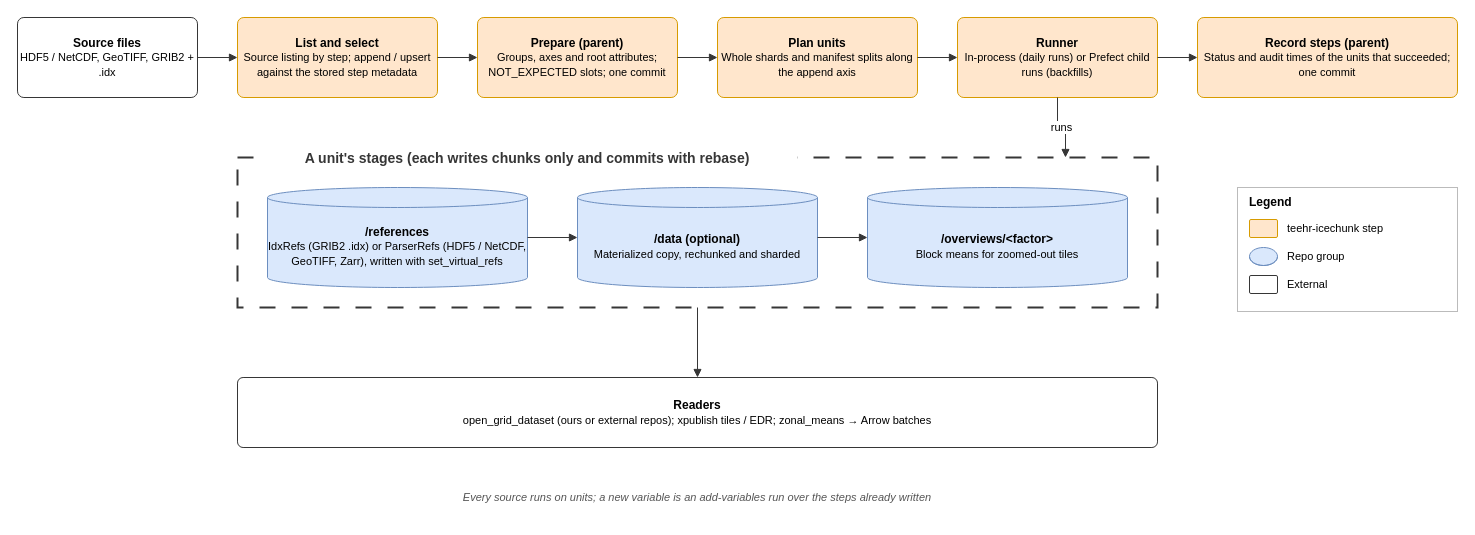
This is page "Gridded workflow" (4 of 5) of docs/diagrams/drawio/teehr-icechunk.drawio from RTIInternational/teehr-icechunk, a draw.io file, before an edit. Source tidied: cells renumbered, new cells numbered last; positions are measured from the earlier drawing's top-left corner, leaving out a move shared by most shapes. Both pictures are drawn from the tidied source at 100%, with x=0, y=0 at pixel (17, 17).
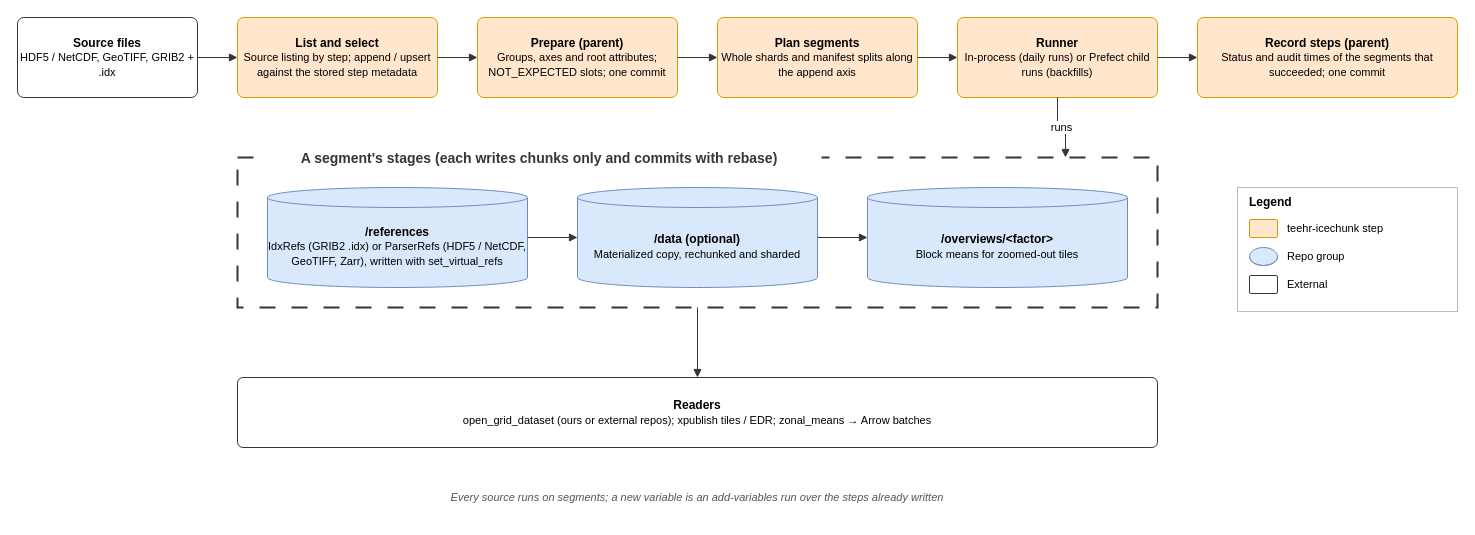
Above is the later version.

Change to the diagram source:
```diff
@@
-    <mxCell id="5" value="&lt;b&gt;Plan units&lt;/b&gt;&lt;br&gt;&lt;font style=&quot;font-size:11px&quot;&gt;Whole shards and manifest splits along the append axis&lt;/font&gt;" style="rounded=1;whiteSpace=wrap;html=1;arcSize=8;fontSize=12;fillColor=#ffe6cc;strokeColor=#d79b00;" parent="1" vertex="1">
+    <mxCell id="5" value="&lt;b&gt;Plan segments&lt;/b&gt;&lt;br&gt;&lt;font style=&quot;font-size:11px&quot;&gt;Whole shards and manifest splits along the append axis&lt;/font&gt;" style="rounded=1;whiteSpace=wrap;html=1;arcSize=8;fontSize=12;fillColor=#ffe6cc;strokeColor=#d79b00;" parent="1" vertex="1">
       <mxGeometry x="700" width="200" height="80" as="geometry" />
     </mxCell>
@@
-    <mxCell id="7" value="&lt;b&gt;Record steps (parent)&lt;/b&gt;&lt;br&gt;&lt;font style=&quot;font-size:11px&quot;&gt;Status and audit times of the units that succeeded; one commit&lt;/font&gt;" style="rounded=1;whiteSpace=wrap;html=1;arcSize=8;fontSize=12;fillColor=#ffe6cc;strokeColor=#d79b00;" parent="1" vertex="1">
+    <mxCell id="7" value="&lt;b&gt;Record steps (parent)&lt;/b&gt;&lt;br&gt;&lt;font style=&quot;font-size:11px&quot;&gt;Status and audit times of the segments that succeeded; one commit&lt;/font&gt;" style="rounded=1;whiteSpace=wrap;html=1;arcSize=8;fontSize=12;fillColor=#ffe6cc;strokeColor=#d79b00;" parent="1" vertex="1">
       <mxGeometry x="1180" width="260" height="80" as="geometry" />
     </mxCell>
@@
-    <mxCell id="14" value="A unit's stages (each writes chunks only and commits with rebase)" style="text;html=1;align=center;verticalAlign=middle;whiteSpace=wrap;rounded=0;fillColor=default;fontSize=14;fontStyle=1;fontColor=#363636;" parent="1" vertex="1">
-      <mxGeometry x="240" y="126" width="540" height="30" as="geometry" />
-    </mxCell>
+    <mxCell id="32" value="A segment's stages (each writes chunks only and commits with rebase)" style="text;html=1;align=center;verticalAlign=middle;whiteSpace=wrap;rounded=0;fillColor=default;fontSize=14;fontStyle=1;fontColor=#363636;" parent="1" vertex="1">
+      <mxGeometry x="240" y="126" width="564" height="30" as="geometry" />
+    </mxCell>
@@
-    <mxCell id="23" value="Every source runs on units; a new variable is an add-variables run over the steps already written" style="text;html=1;align=center;verticalAlign=middle;whiteSpace=wrap;fontSize=11;fontStyle=2;fontColor=#555555;" parent="1" vertex="1">
+    <mxCell id="23" value="Every source runs on segments; a new variable is an add-variables run over the steps already written" style="text;html=1;align=center;verticalAlign=middle;whiteSpace=wrap;fontSize=11;fontStyle=2;fontColor=#555555;" parent="1" vertex="1">
       <mxGeometry x="220" y="460" width="920" height="40" as="geometry" />
     </mxCell>
```
